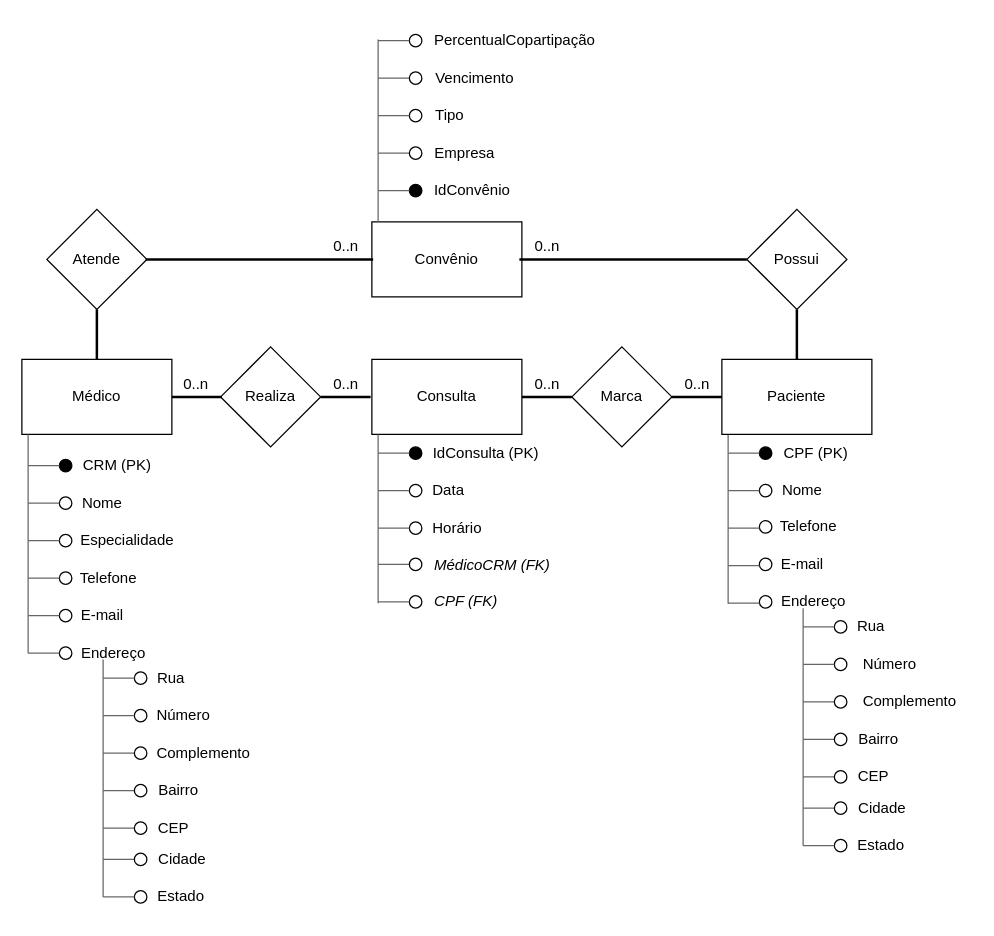
Above: Mer - Trabalho.drawio in emanuelrzolet/Modelagem-de-Dados (draw.io), before the change. Source tidied: cells renumbered, new cells numbered last; positions are measured from the earlier drawing's top-left corner, leaving out a move shared by most shapes. Both pictures are drawn from the tidied source at 125%, with x=0, y=0 at pixel (21, 21).
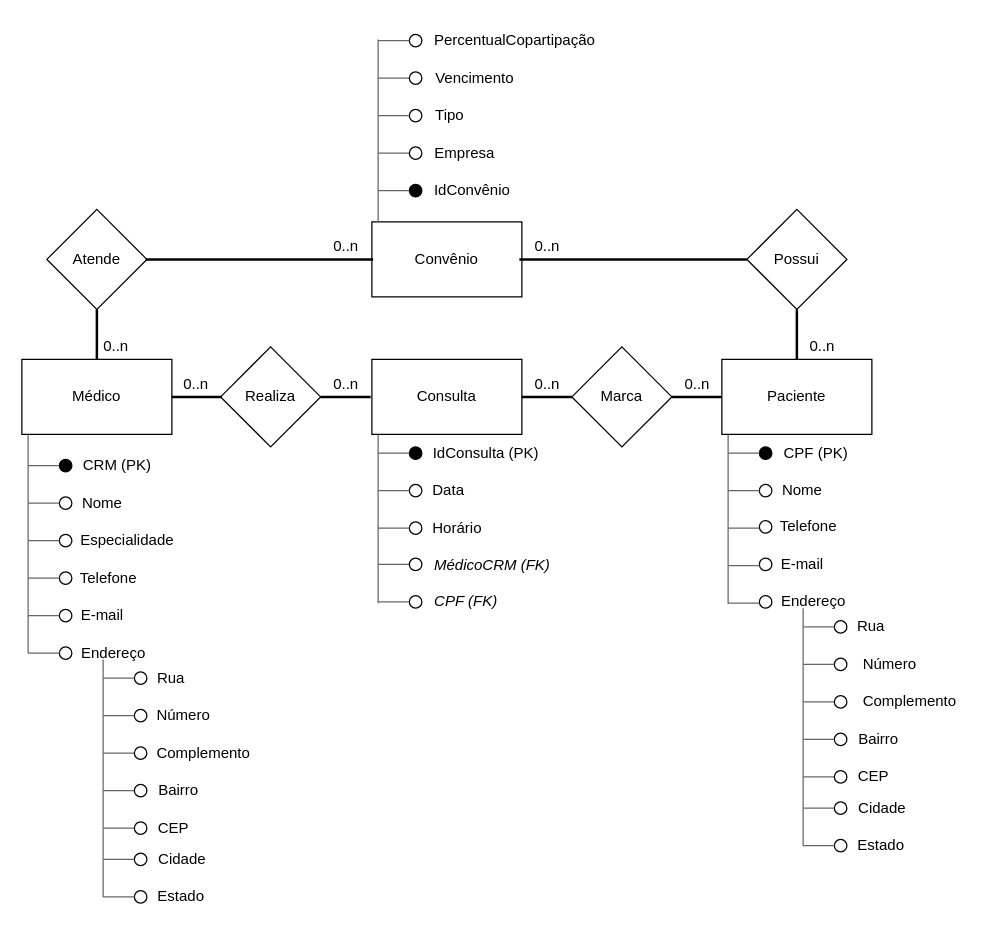
After the change.

The edit, as a diff of the source:
```diff
@@
+    <mxCell id="135" value="0..n" style="text;html=1;align=center;verticalAlign=middle;strokeColor=none;fillColor=none;" parent="1" vertex="1">
+      <mxGeometry x="55" y="245" width="40" height="30" as="geometry" />
+    </mxCell>
+    <mxCell id="136" value="0..n" style="text;html=1;align=center;verticalAlign=middle;strokeColor=none;fillColor=none;" parent="1" vertex="1">
+      <mxGeometry x="620" y="245" width="40" height="30" as="geometry" />
+    </mxCell>
```
